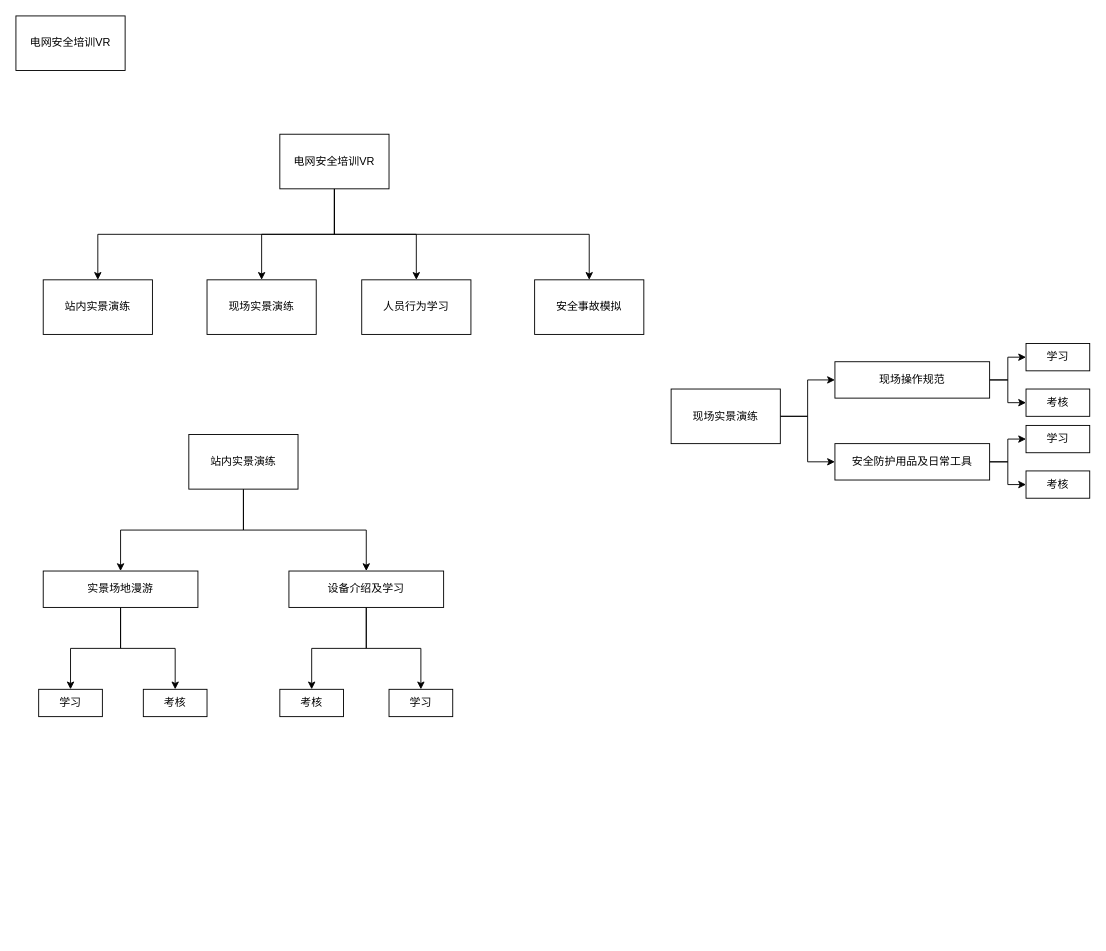
15140252710/OneGithubProject keeps this draw.io diagram as Choor电网安全VR.drawio. Above is the earlier version. Source tidied: cells renumbered, new cells numbered last; positions are measured from the earlier drawing's top-left corner, leaving out a move shared by most shapes. Both pictures are drawn from the tidied source at 91%, with x=0, y=0 at pixel (15, 15).
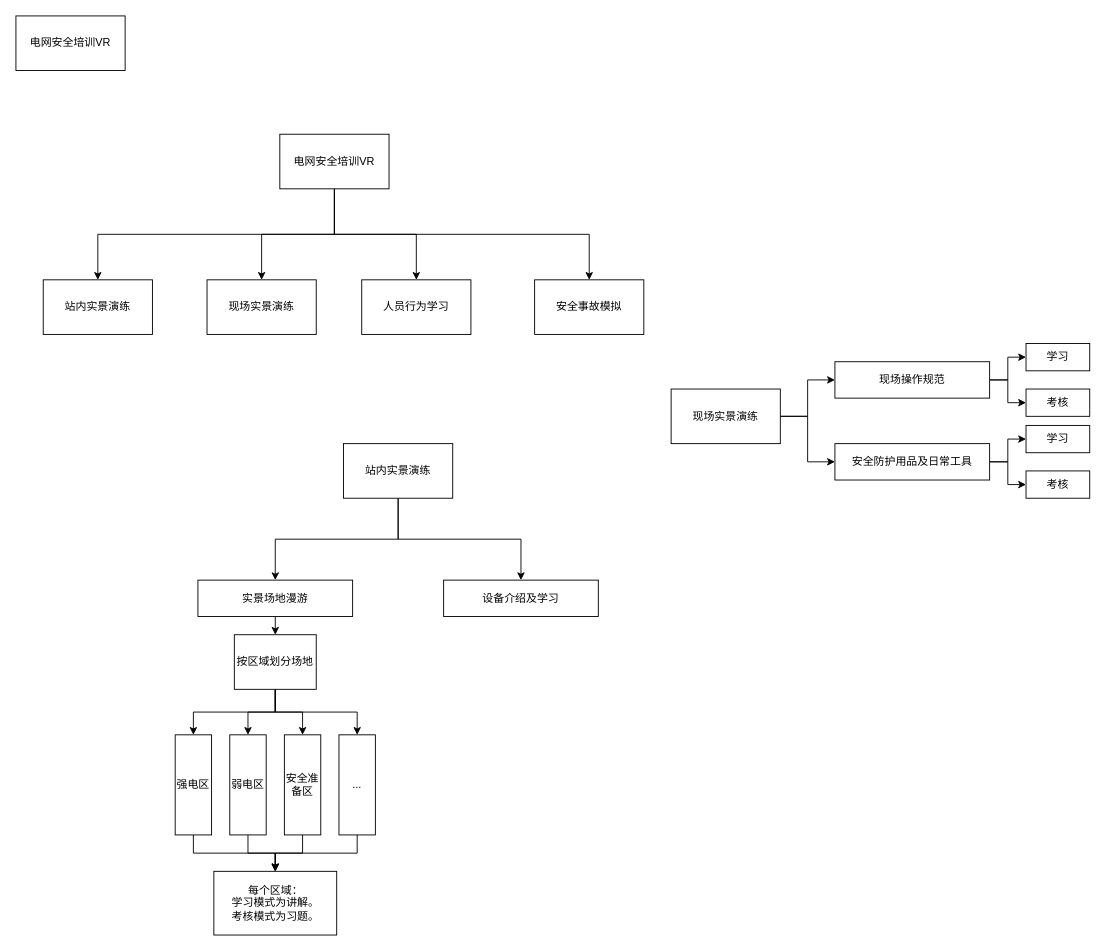
The same diagram, later.

What changed in the source:
```diff
@@
-    <mxCell id="12" style="edgeStyle=orthogonalEdgeStyle;rounded=0;jettySize=auto;html=1;exitX=0.5;exitY=1;exitDx=0;exitDy=0;entryX=0.5;entryY=0;entryDx=0;entryDy=0;" parent="1" edge="1" source="14" target="18">
-      <mxGeometry relative="1" as="geometry" />
-    </mxCell>
-    <mxCell id="13" style="edgeStyle=orthogonalEdgeStyle;rounded=0;jettySize=auto;html=1;exitX=0.5;exitY=1;exitDx=0;exitDy=0;entryX=0.5;entryY=0;entryDx=0;entryDy=0;" parent="1" edge="1" source="14" target="19">
-      <mxGeometry relative="1" as="geometry" />
-    </mxCell>
+    <mxCell id="38" style="edgeStyle=orthogonalEdgeStyle;rounded=0;jettySize=auto;html=1;exitX=0.5;exitY=1;exitDx=0;exitDy=0;entryX=0.5;entryY=0;entryDx=0;entryDy=0;" parent="1" edge="1" source="14" target="43">
+      <mxGeometry relative="1" as="geometry" />
+    </mxCell>
     <mxCell id="14" value="&lt;font style=&quot;font-size: 12px&quot;&gt;实景场地漫游&lt;/font&gt;" style="rounded=0;whiteSpace=wrap;html=1;" parent="1" vertex="1">
-      <mxGeometry x="30" y="610" width="170" height="40" as="geometry" />
+      <mxGeometry x="200" y="620" width="170" height="40" as="geometry" />
     </mxCell>
@@
     <mxCell id="17" value="站内实景演练" style="rounded=0;whiteSpace=wrap;html=1;" parent="1" vertex="1">
-      <mxGeometry x="190" y="460" width="120" height="60" as="geometry" />
+      <mxGeometry x="360" y="470" width="120" height="60" as="geometry" />
     </mxCell>
-    <mxCell id="18" value="&lt;font style=&quot;font-size: 12px&quot;&gt;学习&lt;/font&gt;" style="rounded=0;whiteSpace=wrap;html=1;" parent="1" vertex="1">
-      <mxGeometry x="25" y="740" width="70" height="30" as="geometry" />
-    </mxCell>
-    <mxCell id="19" value="&lt;font style=&quot;font-size: 12px&quot;&gt;考核&lt;/font&gt;" style="rounded=0;whiteSpace=wrap;html=1;" parent="1" vertex="1">
-      <mxGeometry x="140" y="740" width="70" height="30" as="geometry" />
-    </mxCell>
-    <mxCell id="20" style="edgeStyle=orthogonalEdgeStyle;rounded=0;jettySize=auto;html=1;exitX=0.5;exitY=1;exitDx=0;exitDy=0;entryX=0.5;entryY=0;entryDx=0;entryDy=0;" parent="1" edge="1" source="22" target="24">
-      <mxGeometry relative="1" as="geometry" />
-    </mxCell>
-    <mxCell id="21" style="edgeStyle=orthogonalEdgeStyle;rounded=0;jettySize=auto;html=1;exitX=0.5;exitY=1;exitDx=0;exitDy=0;entryX=0.5;entryY=0;entryDx=0;entryDy=0;" parent="1" edge="1" source="22" target="23">
-      <mxGeometry relative="1" as="geometry" />
-    </mxCell>
     <mxCell id="22" value="&lt;font style=&quot;font-size: 12px&quot;&gt;设备介绍及学习&lt;/font&gt;" style="rounded=0;whiteSpace=wrap;html=1;" parent="1" vertex="1">
-      <mxGeometry x="300" y="610" width="170" height="40" as="geometry" />
+      <mxGeometry x="470" y="620" width="170" height="40" as="geometry" />
     </mxCell>
-    <mxCell id="23" value="&lt;font style=&quot;font-size: 12px&quot;&gt;学习&lt;/font&gt;" style="rounded=0;whiteSpace=wrap;html=1;" parent="1" vertex="1">
-      <mxGeometry x="410" y="740" width="70" height="30" as="geometry" />
-    </mxCell>
-    <mxCell id="24" value="&lt;font style=&quot;font-size: 12px&quot;&gt;考核&lt;/font&gt;" style="rounded=0;whiteSpace=wrap;html=1;" parent="1" vertex="1">
-      <mxGeometry x="290" y="740" width="70" height="30" as="geometry" />
-    </mxCell>
@@
+    <mxCell id="39" style="edgeStyle=orthogonalEdgeStyle;rounded=0;jettySize=auto;html=1;exitX=0.5;exitY=1;exitDx=0;exitDy=0;entryX=0.5;entryY=0;entryDx=0;entryDy=0;" parent="1" edge="1" source="43" target="47">
+      <mxGeometry relative="1" as="geometry" />
+    </mxCell>
+    <mxCell id="40" style="edgeStyle=orthogonalEdgeStyle;rounded=0;jettySize=auto;html=1;exitX=0.5;exitY=1;exitDx=0;exitDy=0;entryX=0.5;entryY=0;entryDx=0;entryDy=0;" parent="1" edge="1" source="43" target="49">
+      <mxGeometry relative="1" as="geometry" />
+    </mxCell>
+    <mxCell id="41" style="edgeStyle=orthogonalEdgeStyle;rounded=0;jettySize=auto;html=1;exitX=0.5;exitY=1;exitDx=0;exitDy=0;entryX=0.5;entryY=0;entryDx=0;entryDy=0;" parent="1" edge="1" source="43" target="45">
+      <mxGeometry relative="1" as="geometry" />
+    </mxCell>
+    <mxCell id="42" style="edgeStyle=orthogonalEdgeStyle;rounded=0;jettySize=auto;html=1;exitX=0.5;exitY=1;exitDx=0;exitDy=0;entryX=0.5;entryY=0;entryDx=0;entryDy=0;" parent="1" edge="1" source="43" target="51">
+      <mxGeometry relative="1" as="geometry" />
+    </mxCell>
+    <mxCell id="43" value="按区域划分场地" style="rounded=0;whiteSpace=wrap;html=1;" parent="1" vertex="1">
+      <mxGeometry x="240" y="680" width="90" height="60" as="geometry" />
+    </mxCell>
+    <mxCell id="44" style="edgeStyle=orthogonalEdgeStyle;rounded=0;jettySize=auto;html=1;exitX=0.5;exitY=1;exitDx=0;exitDy=0;entryX=0.5;entryY=0;entryDx=0;entryDy=0;" parent="1" edge="1" source="45" target="52">
+      <mxGeometry relative="1" as="geometry" />
+    </mxCell>
+    <mxCell id="45" value="安全准备区" style="rounded=0;whiteSpace=wrap;html=1;" parent="1" vertex="1">
+      <mxGeometry x="295" y="790" width="40" height="110" as="geometry" />
+    </mxCell>
+    <mxCell id="46" style="edgeStyle=orthogonalEdgeStyle;rounded=0;jettySize=auto;html=1;exitX=0.5;exitY=1;exitDx=0;exitDy=0;" parent="1" edge="1" source="47" target="52">
+      <mxGeometry relative="1" as="geometry" />
+    </mxCell>
+    <mxCell id="47" value="强电区" style="rounded=0;whiteSpace=wrap;html=1;" parent="1" vertex="1">
+      <mxGeometry x="175" y="790" width="40" height="110" as="geometry" />
+    </mxCell>
+    <mxCell id="48" style="edgeStyle=orthogonalEdgeStyle;rounded=0;jettySize=auto;html=1;exitX=0.5;exitY=1;exitDx=0;exitDy=0;entryX=0.5;entryY=0;entryDx=0;entryDy=0;" parent="1" edge="1" source="49" target="52">
+      <mxGeometry relative="1" as="geometry" />
+    </mxCell>
+    <mxCell id="49" value="弱电区" style="rounded=0;whiteSpace=wrap;html=1;" parent="1" vertex="1">
+      <mxGeometry x="235" y="790" width="40" height="110" as="geometry" />
+    </mxCell>
+    <mxCell id="50" style="edgeStyle=orthogonalEdgeStyle;rounded=0;jettySize=auto;html=1;exitX=0.5;exitY=1;exitDx=0;exitDy=0;entryX=0.5;entryY=0;entryDx=0;entryDy=0;" parent="1" edge="1" source="51" target="52">
+      <mxGeometry relative="1" as="geometry" />
+    </mxCell>
+    <mxCell id="51" value="..." style="rounded=0;whiteSpace=wrap;html=1;" parent="1" vertex="1">
+      <mxGeometry x="355" y="790" width="40" height="110" as="geometry" />
+    </mxCell>
+    <mxCell id="52" value="每个区域：&lt;br&gt;学习模式为讲解。&lt;br&gt;考核模式为习题。" style="rounded=0;whiteSpace=wrap;html=1;" parent="1" vertex="1">
+      <mxGeometry x="217.5" y="940" width="135" height="70" as="geometry" />
+    </mxCell>
```
